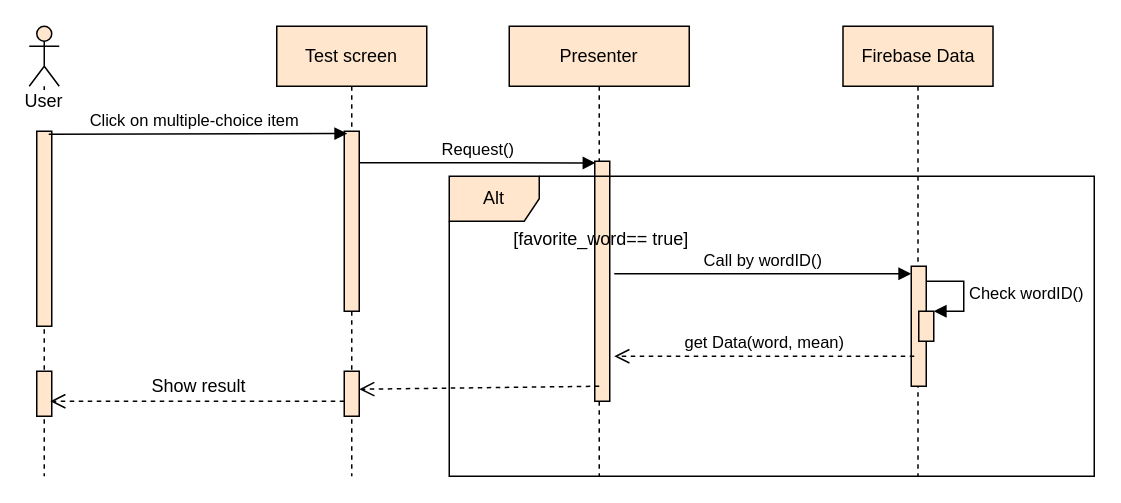
The draw.io diagram page "study by test" (7 of 7) of StudybyTest.drawio in phucduong1406/LEV3, before the edit. Source tidied: cells renumbered, new cells numbered last; positions are measured from the earlier drawing's top-left corner, leaving out a move shared by most shapes. Both pictures are drawn from the tidied source at 150%, with x=0, y=0 at pixel (28, 26).
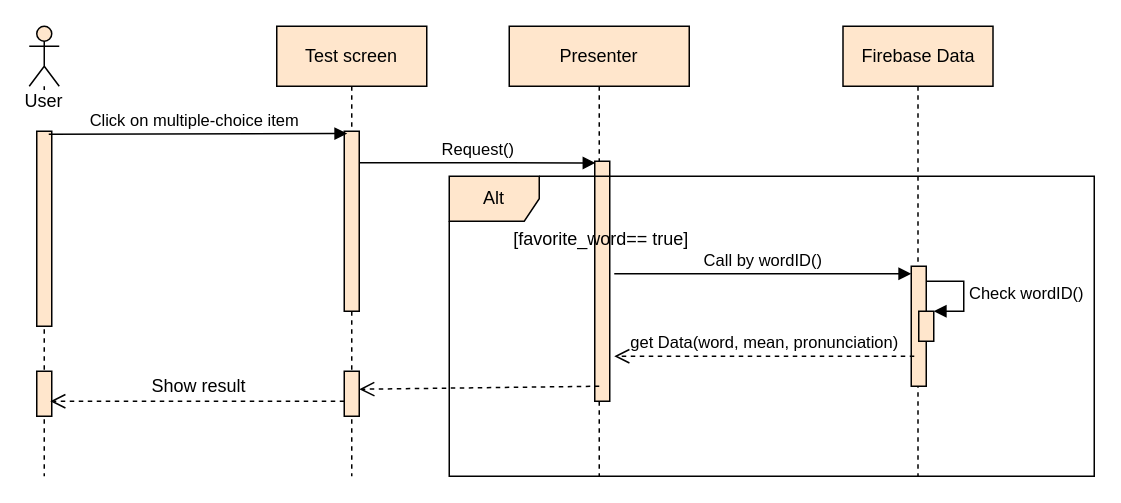
After the change.

Change to the diagram source:
```diff
@@
-    <mxCell id="19" value="get Data(word, mean)" style="html=1;verticalAlign=bottom;endArrow=open;dashed=1;endSize=8;strokeColor=#000000;" parent="1" edge="1">
+    <mxCell id="19" value="get Data(word, mean, pronunciation)" style="html=1;verticalAlign=bottom;endArrow=open;dashed=1;endSize=8;strokeColor=#000000;" parent="1" edge="1">
       <mxGeometry relative="1" as="geometry">
         <mxPoint x="590" y="220" as="sourcePoint" />
         <mxPoint x="390" y="220" as="targetPoint" />
       </mxGeometry>
     </mxCell>
```
